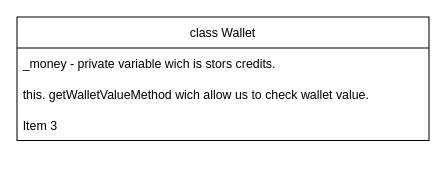
Before: Untitled Diagram.drawio in NoxaGen/one-handed-bandit, a draw.io diagram. Source tidied: cells renumbered, new cells numbered last; positions are measured from the earlier drawing's top-left corner, leaving out a move shared by most shapes. Both pictures are drawn from the tidied source at 103%, with x=0, y=0 at pixel (16, 16).
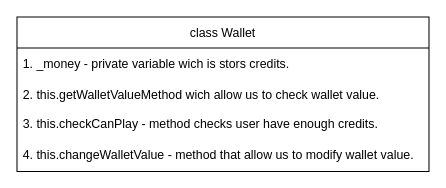
After the change.

Change to the diagram source:
```diff
@@
 <mxGraphModel>
   <root>
     <mxCell id="0" />
     <mxCell id="1" parent="0" />
     <mxCell id="2" value="class Wallet" style="swimlane;fontStyle=0;horizontal=1;startSize=30;" parent="1" vertex="1">
-      <mxGeometry width="400" height="120" as="geometry" />
+      <mxGeometry width="400" height="150" as="geometry" />
     </mxCell>
-    <mxCell id="3" value="_money - private variable wich is stors credits." style="text;strokeColor=none;fillColor=none;align=left;verticalAlign=middle;spacingLeft=4;spacingRight=4;overflow=hidden;" parent="2" vertex="1">
+    <mxCell id="3" value="1. _money - private variable wich is stors credits." style="text;strokeColor=none;fillColor=none;align=left;verticalAlign=middle;spacingLeft=4;spacingRight=4;overflow=hidden;" parent="2" vertex="1">
       <mxGeometry y="30" width="400" height="30" as="geometry" />
     </mxCell>
-    <mxCell id="4" value="this. getWalletValueMethod wich allow us to check wallet value." style="text;strokeColor=none;fillColor=none;align=left;verticalAlign=middle;spacingLeft=4;spacingRight=4;overflow=hidden;" parent="2" vertex="1">
+    <mxCell id="4" value="2. this.getWalletValueMethod wich allow us to check wallet value." style="text;strokeColor=none;fillColor=none;align=left;verticalAlign=middle;spacingLeft=4;spacingRight=4;overflow=hidden;" parent="2" vertex="1">
       <mxGeometry y="60" width="400" height="30" as="geometry" />
     </mxCell>
-    <mxCell id="5" value="Item 3" style="text;strokeColor=none;fillColor=none;align=left;verticalAlign=middle;spacingLeft=4;spacingRight=4;overflow=hidden;" parent="2" vertex="1">
+    <mxCell id="5" value="3. this.checkCanPlay - method checks user have enough credits." style="text;strokeColor=none;fillColor=none;align=left;verticalAlign=top;spacingLeft=4;spacingRight=4;overflow=hidden;" parent="2" vertex="1">
       <mxGeometry y="90" width="400" height="30" as="geometry" />
     </mxCell>
+    <mxCell id="6" value="4. this.changeWalletValue - method that allow us to modify wallet value." style="text;strokeColor=none;fillColor=none;align=left;verticalAlign=top;spacingLeft=4;spacingRight=4;overflow=hidden;" parent="2" vertex="1">
+      <mxGeometry y="120" width="400" height="30" as="geometry" />
+    </mxCell>
   </root>
 </mxGraphModel>
```
